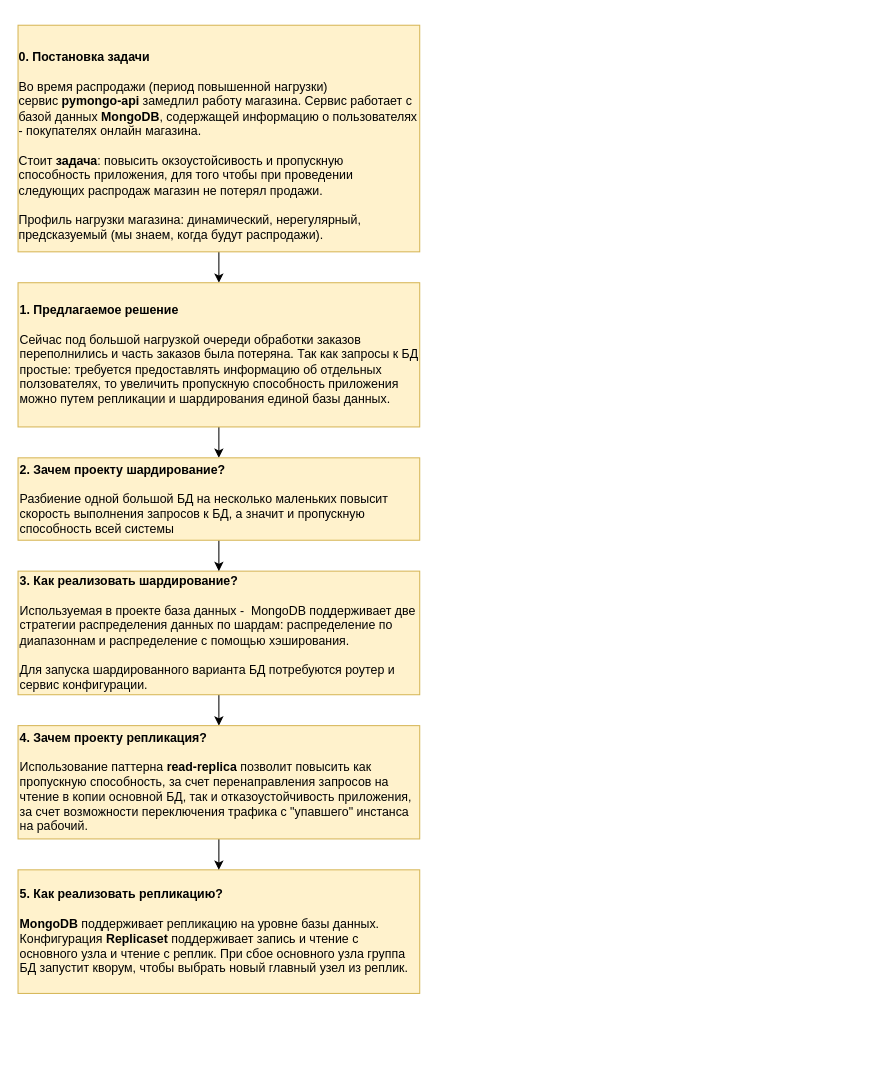
This is page "Логика решения" (5 of 5) of task1.drawio from aleksey-bardanov/architecture-sprint-2, a draw.io file, before an edit. Source tidied: cells renumbered, new cells numbered last; positions are measured from the earlier drawing's top-left corner, leaving out a move shared by most shapes. Both pictures are drawn from the tidied source at 103%, with x=0, y=0 at pixel (18, 25).
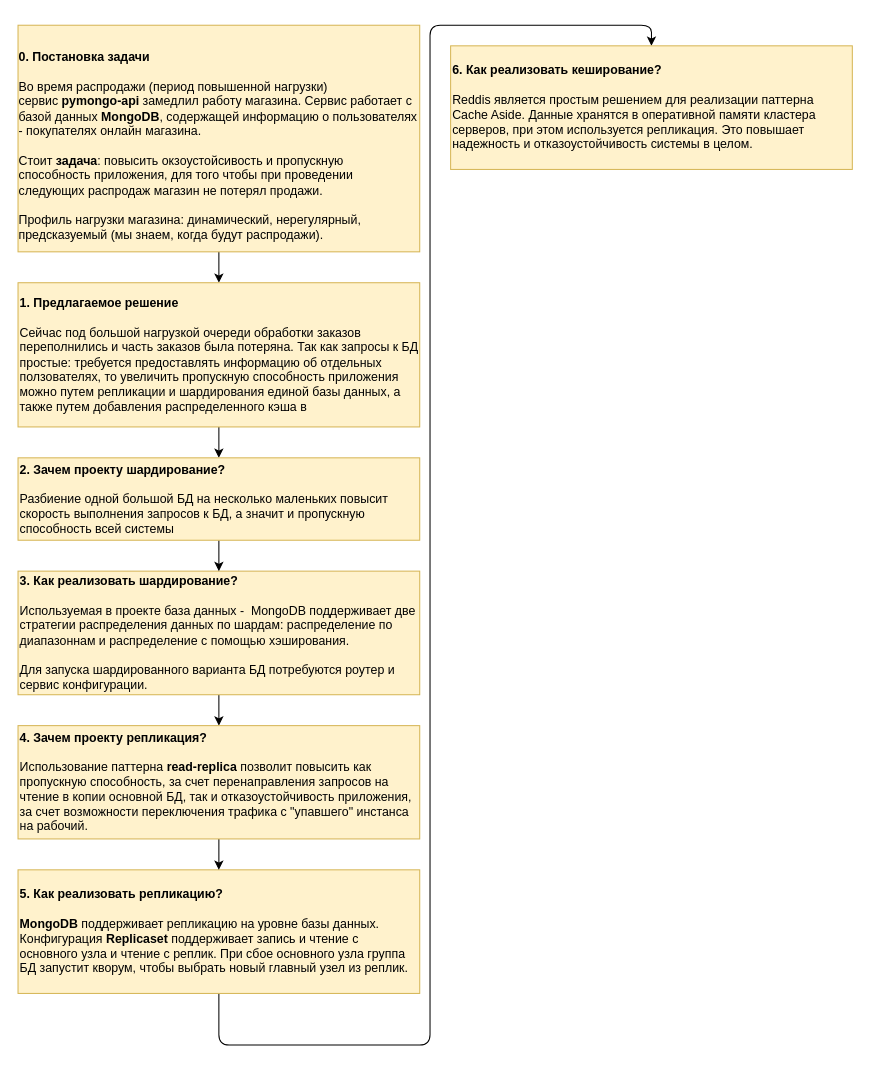
The same page after the edit.

What changed in the source:
```diff
@@
 <mxGraphModel>
   <root>
     <mxCell id="0" />
     <mxCell id="1" parent="0" />
     <mxCell id="2" value="&lt;div style=&quot;&quot;&gt;&lt;/div&gt;" style="text;html=1;align=left;verticalAlign=middle;strokeColor=none;fillColor=none;" parent="1" vertex="1">
       <mxGeometry x="40" y="110" width="20" height="10" as="geometry" />
     </mxCell>
     <mxCell id="3" style="edgeStyle=none;html=1;startArrow=none;startFill=0;" parent="1" edge="1" source="4" target="9">
       <mxGeometry relative="1" as="geometry" />
     </mxCell>
     <mxCell id="4" value="&lt;div style=&quot;border-color: var(--border-color); text-align: left;&quot;&gt;&lt;span style=&quot;border-color: var(--border-color); background-color: initial;&quot;&gt;&lt;br&gt;&lt;/span&gt;&lt;/div&gt;&lt;div style=&quot;border-color: var(--border-color); text-align: left;&quot;&gt;&lt;b&gt;0. Постановка задачи&lt;/b&gt;&lt;/div&gt;&lt;div style=&quot;border-color: var(--border-color); text-align: left;&quot;&gt;&lt;span style=&quot;border-color: var(--border-color); background-color: initial;&quot;&gt;&lt;br&gt;&lt;/span&gt;&lt;/div&gt;&lt;div style=&quot;border-color: var(--border-color); text-align: left;&quot;&gt;&lt;span style=&quot;border-color: var(--border-color); background-color: initial;&quot;&gt;Во время распродажи (период повышенной нагрузки) сервис&amp;nbsp;&lt;/span&gt;&lt;b style=&quot;border-color: var(--border-color); background-color: initial;&quot;&gt;pymongo-api&lt;/b&gt;&lt;span style=&quot;border-color: var(--border-color); background-color: initial;&quot;&gt;&amp;nbsp;замедлил работу магазина.&amp;nbsp;&lt;/span&gt;&lt;span style=&quot;border-color: var(--border-color); background-color: initial;&quot;&gt;Сервис работает с базой данных&amp;nbsp;&lt;/span&gt;&lt;b style=&quot;border-color: var(--border-color); background-color: initial;&quot;&gt;MongoDB&lt;/b&gt;&lt;span style=&quot;border-color: var(--border-color); background-color: initial;&quot;&gt;, содержащей информацию о пользователях - покупателях онлайн магазина.&amp;nbsp;&lt;/span&gt;&lt;/div&gt;&lt;div style=&quot;border-color: var(--border-color); text-align: left;&quot;&gt;&lt;span style=&quot;border-color: var(--border-color); background-color: initial;&quot;&gt;&lt;br&gt;&lt;/span&gt;&lt;/div&gt;&lt;div style=&quot;border-color: var(--border-color); text-align: left;&quot;&gt;&lt;span style=&quot;border-color: var(--border-color); background-color: initial;&quot;&gt;Стоит &lt;b&gt;задача&lt;/b&gt;: повысить окзоустойсивость и пропускную способность приложения, для того чтобы при проведении следующих распродаж магазин не потерял продажи.&lt;/span&gt;&lt;/div&gt;&lt;div style=&quot;border-color: var(--border-color); text-align: left;&quot;&gt;&lt;span style=&quot;border-color: var(--border-color); background-color: initial;&quot;&gt;&lt;br&gt;&lt;/span&gt;&lt;/div&gt;&lt;div style=&quot;border-color: var(--border-color); text-align: left;&quot;&gt;&lt;span style=&quot;border-color: var(--border-color); background-color: initial;&quot;&gt;Профиль нагрузки магазина: динамический, нерегулярный, предсказуемый (мы знаем, когда будут распродажи).&amp;nbsp;&lt;/span&gt;&lt;/div&gt;" style="whiteSpace=wrap;html=1;fillColor=#fff2cc;strokeColor=#d6b656;" parent="1" vertex="1">
       <mxGeometry width="390" height="220" as="geometry" />
     </mxCell>
     <mxCell id="5" style="edgeStyle=none;html=1;startArrow=none;startFill=0;" parent="1" edge="1" source="6" target="13">
       <mxGeometry relative="1" as="geometry" />
     </mxCell>
     <mxCell id="6" value="&lt;div style=&quot;border-color: var(--border-color);&quot;&gt;&lt;b style=&quot;background-color: initial;&quot;&gt;3. Как реализовать шардирование?&lt;/b&gt;&lt;br&gt;&lt;/div&gt;&lt;div style=&quot;border-color: var(--border-color);&quot;&gt;&lt;br&gt;&lt;/div&gt;&lt;div style=&quot;border-color: var(--border-color);&quot;&gt;Используемая в проекте база данных -&amp;nbsp; MongoDB поддерживает две стратегии распределения данных по шардам: распределение по диапазоннам и распределение с помощью хэширования.&amp;nbsp;&amp;nbsp;&lt;/div&gt;&lt;div style=&quot;border-color: var(--border-color);&quot;&gt;&lt;br&gt;&lt;/div&gt;&lt;div style=&quot;border-color: var(--border-color);&quot;&gt;Для запуска шардированного варианта БД потребуются роутер и сервис конфигурации.&lt;/div&gt;" style="whiteSpace=wrap;html=1;fillColor=#fff2cc;strokeColor=#d6b656;align=left;" parent="1" vertex="1">
       <mxGeometry y="530" width="390" height="120" as="geometry" />
     </mxCell>
+    <mxCell id="14" style="edgeStyle=none;html=1;startArrow=none;startFill=0;exitX=0.5;exitY=1;exitDx=0;exitDy=0;entryX=0.5;entryY=0;entryDx=0;entryDy=0;" parent="1" edge="1" source="7" target="15">
+      <mxGeometry relative="1" as="geometry">
+        <Array as="points">
+          <mxPoint x="195" y="990" />
+          <mxPoint x="400" y="990" />
+          <mxPoint x="400" />
+          <mxPoint x="615" />
+        </Array>
+      </mxGeometry>
+    </mxCell>
     <mxCell id="7" value="&lt;b&gt;5. Как реализовать репликацию?&lt;br&gt;&lt;/b&gt;&lt;br&gt;&lt;b&gt;MongoDB&lt;/b&gt; поддерживает репликацию на уровне базы данных. Конфигурация &lt;b&gt;Replicaset &lt;/b&gt;поддерживает запись и чтение с основного узла и чтение с реплик. При сбое основного узла группа БД запустит кворум, чтобы выбрать новый главный узел из реплик." style="rounded=0;whiteSpace=wrap;html=1;fillColor=#fff2cc;strokeColor=#d6b656;align=left;" parent="1" vertex="1">
       <mxGeometry y="820" width="390" height="120" as="geometry" />
     </mxCell>
     <mxCell id="8" style="edgeStyle=none;html=1;startArrow=none;startFill=0;" parent="1" edge="1" source="9" target="11">
       <mxGeometry relative="1" as="geometry" />
     </mxCell>
-    <mxCell id="9" value="&lt;b&gt;1. Предлагаемое решение&lt;/b&gt;&lt;br&gt;&lt;br&gt;&lt;div style=&quot;border-color: var(--border-color);&quot;&gt;&lt;span style=&quot;border-color: var(--border-color); background-color: initial;&quot;&gt;Сейчас под большой нагрузкой очереди обработки заказов переполнились и часть заказов была потеряна. Так как запросы к БД простые: требуется предоставлять информацию об отдельных ползователях, то увеличить пропускную способность приложения можно путем репликации и шардирования единой базы данных.&lt;/span&gt;&lt;/div&gt;" style="rounded=0;whiteSpace=wrap;html=1;fillColor=#fff2cc;strokeColor=#d6b656;align=left;" parent="1" vertex="1">
+    <mxCell id="9" value="&lt;b&gt;1. Предлагаемое решение&lt;/b&gt;&lt;br&gt;&lt;br&gt;&lt;div style=&quot;border-color: var(--border-color);&quot;&gt;&lt;span style=&quot;border-color: var(--border-color); background-color: initial;&quot;&gt;Сейчас под большой нагрузкой очереди обработки заказов переполнились и часть заказов была потеряна. Так как запросы к БД простые: требуется предоставлять информацию об отдельных ползователях, то увеличить пропускную способность приложения можно путем репликации и шардирования единой базы данных, а также путем добавления распределенного кэша в&amp;nbsp;&lt;/span&gt;&lt;/div&gt;" style="rounded=0;whiteSpace=wrap;html=1;fillColor=#fff2cc;strokeColor=#d6b656;align=left;" parent="1" vertex="1">
       <mxGeometry y="250" width="390" height="140" as="geometry" />
     </mxCell>
     <mxCell id="10" style="edgeStyle=none;html=1;startArrow=none;startFill=0;" parent="1" edge="1" source="11" target="6">
       <mxGeometry relative="1" as="geometry" />
     </mxCell>
     <mxCell id="11" value="&lt;b&gt;2. Зачем проекту шардирование?&lt;/b&gt;&lt;br&gt;&lt;br&gt;Разбиение одной большой БД на несколько маленьких повысит скорость выполнения запросов к БД, а значит и пропускную способность всей системы" style="rounded=0;whiteSpace=wrap;html=1;fillColor=#fff2cc;strokeColor=#d6b656;align=left;" parent="1" vertex="1">
       <mxGeometry y="420" width="390" height="80" as="geometry" />
     </mxCell>
     <mxCell id="12" style="edgeStyle=none;html=1;startArrow=none;startFill=0;" parent="1" edge="1" source="13" target="7">
       <mxGeometry relative="1" as="geometry" />
     </mxCell>
     <mxCell id="13" value="&lt;b&gt;4. Зачем проекту репликация?&lt;br&gt;&lt;/b&gt;&lt;br&gt;Использование паттерна&amp;nbsp;&lt;b&gt;read-replica&lt;/b&gt;&amp;nbsp;позволит повысить как пропускную способность, за счет перенаправления запросов на чтение в копии основной БД, так и отказоустойчивость приложения,&amp;nbsp; за счет возможности переключения трафика с &quot;упавшего&quot; инстанса на рабочий." style="rounded=0;whiteSpace=wrap;html=1;fillColor=#fff2cc;strokeColor=#d6b656;align=left;" parent="1" vertex="1">
       <mxGeometry y="680" width="390" height="110" as="geometry" />
     </mxCell>
+    <mxCell id="15" value="&lt;b&gt;6. Как реализовать кеширование?&lt;br&gt;&lt;/b&gt;&lt;br&gt;Reddis является простым решением для реализации паттерна&amp;nbsp; Cache Aside. Данные хранятся в оперативной памяти кластера серверов, при этом используется репликация. Это повышает надежность и отказоустойчивость системы в целом." style="rounded=0;whiteSpace=wrap;html=1;fillColor=#fff2cc;strokeColor=#d6b656;align=left;" parent="1" vertex="1">
+      <mxGeometry x="420" y="20" width="390" height="120" as="geometry" />
+    </mxCell>
   </root>
 </mxGraphModel>
```
